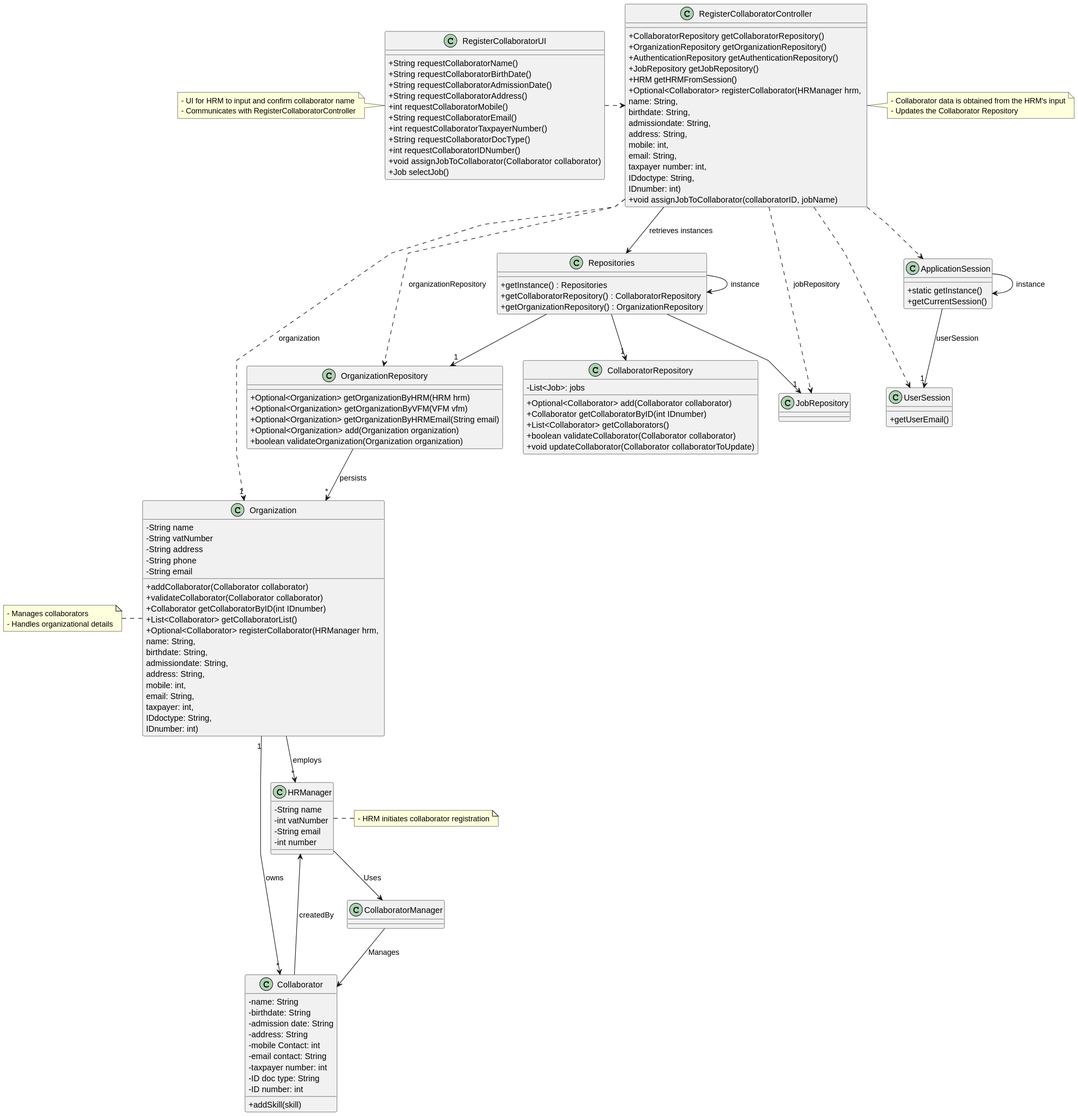
This is docs/sprint3/us003/03.design/svg/us003-class-diagram.svg from tiagosoa/lei-24-s2-1dgh-g073, a PlantUML export, as it was before one commit.
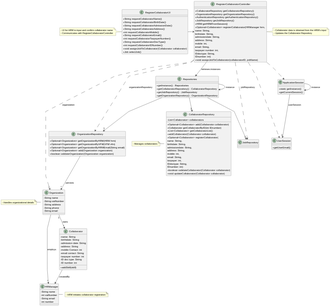
The same file after the commit.

Diff of the diagram source:
```diff
@@ -31,12 +31,14 @@
 }
 
  class CollaboratorRepository {
-   - List<Job>: jobs
+   - List<Collaborator> collaborators
    + Optional<Collaborator> add(Collaborator collaborator)
    + Collaborator getCollaboratorByID(int IDnumber)
-   + List<Collaborator> getCollaborators()
+   + List<Collaborator> getCollaboratorList()
+   + addCollaborator(Collaborator collaborator)
+   + Optional<Collaborator> registerCollaborator( \nname: String, \nbirthdate: String, \nadmissiondate: String, \naddress: String, \nmobile: int, \nemail: String, \ntaxpayer: int, \nIDdoctype: String, \nIDnumber: int)
    + boolean validateCollaborator(Collaborator collaborator)
-   + void updateCollaborator(Collaborator collaboratorToUpdate)
+   + void updateCollaborator(Collaborator collaborator)
  }
 
  class Organization {
@@ -45,11 +47,6 @@
    - String address
    - String phone
    - String email
-   + addCollaborator(Collaborator collaborator)
-   + validateCollaborator(Collaborator collaborator)
-   + Collaborator getCollaboratorByID(int IDnumber)
-   + List<Collaborator> getCollaboratorList()
-   + Optional<Collaborator> registerCollaborator(HRManager hrm, \nname: String, \nbirthdate: String, \nadmissiondate: String, \naddress: String, \nmobile: int, \nemail: String, \ntaxpayer: int, \nIDdoctype: String, \nIDnumber: int)
  }
 
 class OrganizationRepository {
@@ -63,6 +60,7 @@
  class Repositories {
    + getInstance() : Repositories
    + getCollaboratorRepository() : CollaboratorRepository
+   + getJobRepository() : JobRepository
    + getOrganizationRepository() : OrganizationRepository
  }
 
@@ -97,9 +95,6 @@
     - int number
  }
 
- CollaboratorManager --> Collaborator: Manages
- HRManager --> CollaboratorManager: Uses
-
  note right of RegisterCollaboratorController
    - Collaborator data is obtained from the HRM's input
    - Updates the Collaborator Repository
@@ -114,8 +109,11 @@
    - Communicates with RegisterCollaboratorController
  end note
 
+  note left of CollaboratorRepository
+    - Manages collaborators
+  end note
+
  note left of Organization
-   - Manages collaborators
    - Handles organizational details
  end note
 
```
